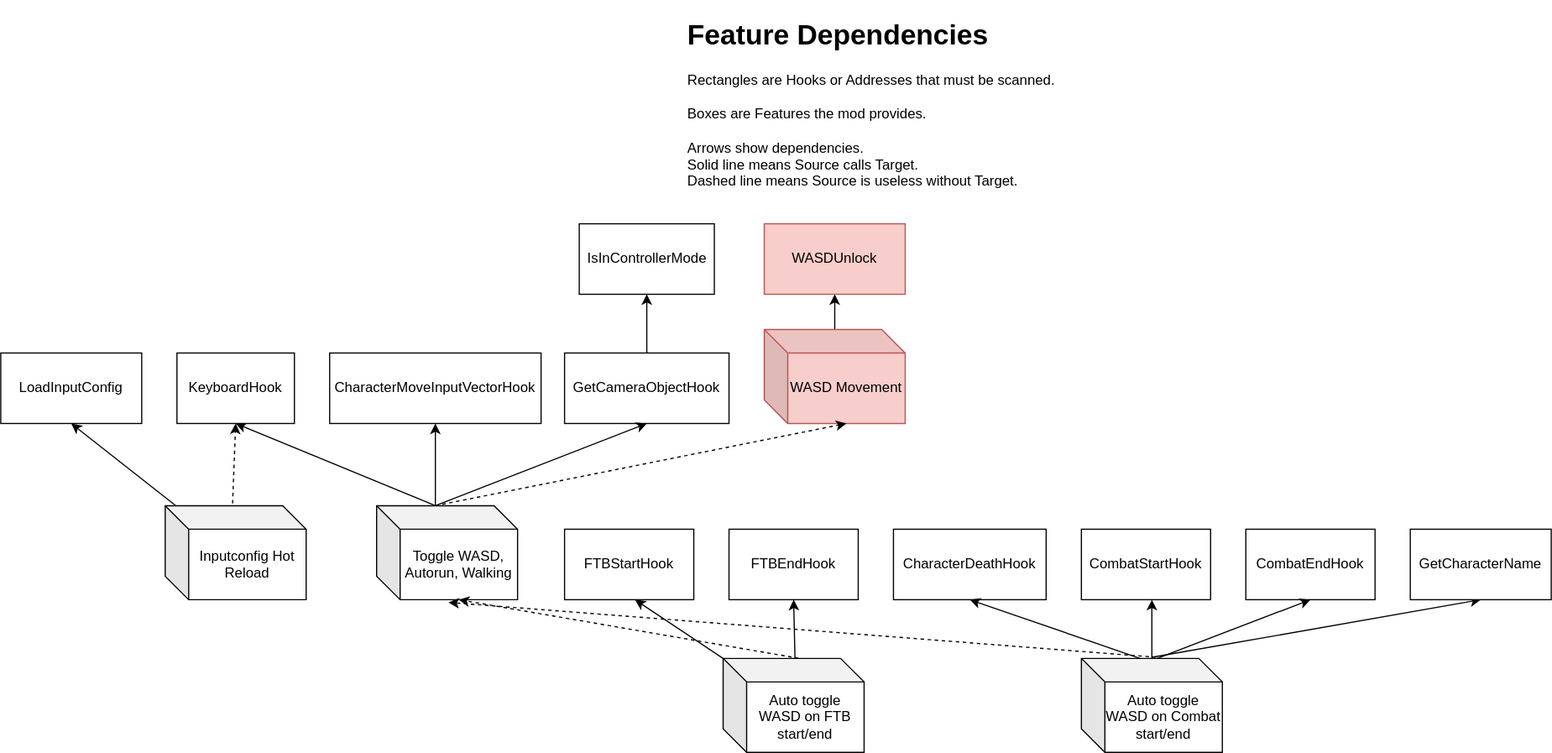
Above: doc/feature_dependencies.drawio.svg in Ch4nKyy/BG3WASD (draw.io), before the change. Source tidied: cells renumbered, new cells last; positions are measured from the earlier drawing's top-left corner, leaving out a move shared by most shapes.
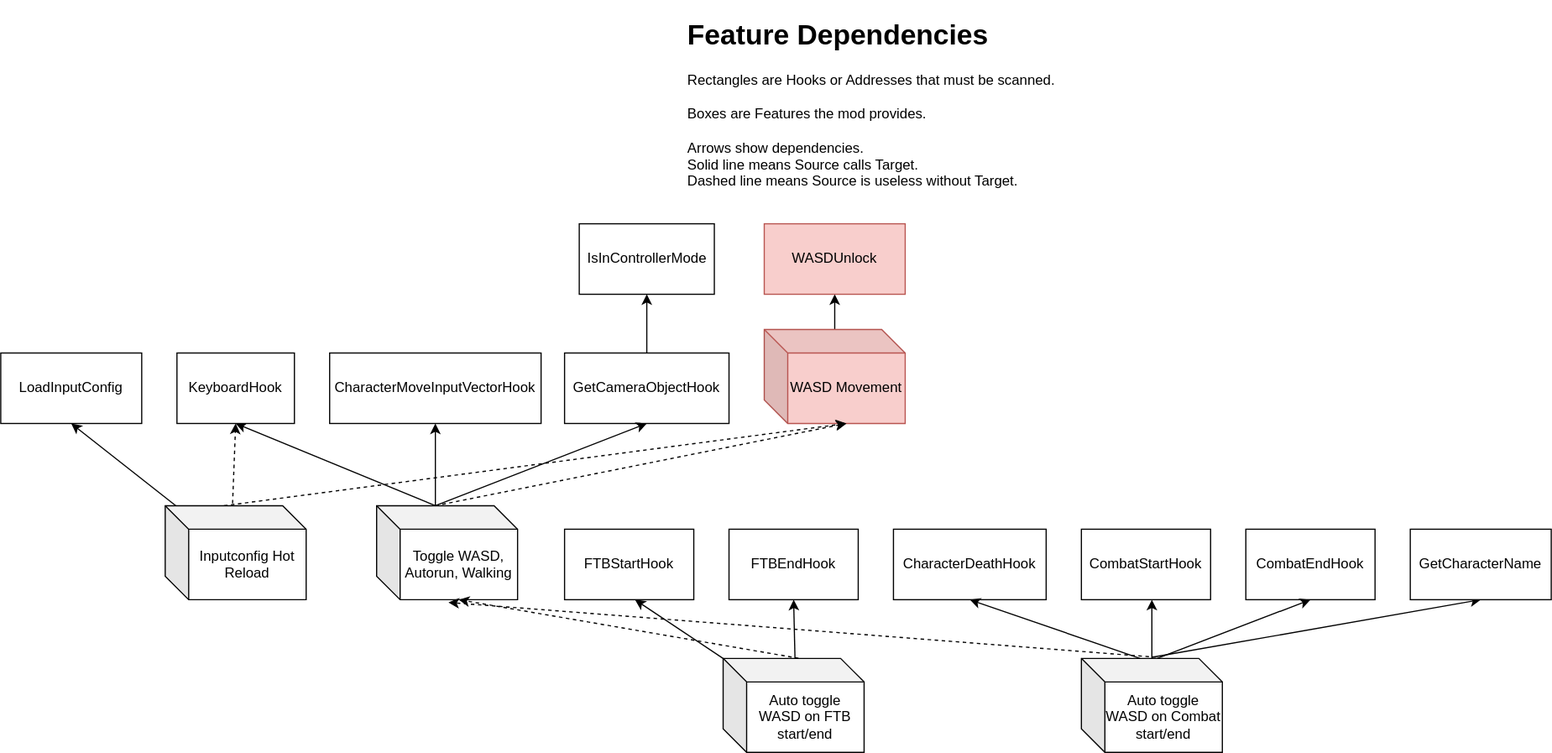
The same file after the commit.

Diff of the diagram source:
```diff
@@ -93,6 +93,14 @@
     <mxCell id="30" style="edgeStyle=none;html=1;entryX=0.5;entryY=1;entryDx=0;entryDy=0;strokeColor=default;fontSize=12;exitX=0.478;exitY=-0.025;exitDx=0;exitDy=0;exitPerimeter=0;dashed=1;" parent="1" edge="1" source="31" target="34">
       <mxGeometry relative="1" as="geometry" />
     </mxCell>
+    <mxCell id="36" style="edgeStyle=none;html=1;entryX=0;entryY=0;entryDx=70;entryDy=80;entryPerimeter=0;exitX=0.483;exitY=-0.012;exitDx=0;exitDy=0;exitPerimeter=0;strokeColor=none;dashed=1;" parent="1" edge="1" source="31" target="3">
+      <mxGeometry relative="1" as="geometry" />
+    </mxCell>
+    <mxCell id="37" style="edgeStyle=none;html=1;dashed=1;exitX=0;exitY=0;exitDx=50;exitDy=0;exitPerimeter=0;" parent="1" edge="1" source="31">
+      <mxGeometry relative="1" as="geometry">
+        <mxPoint x="720" y="350" as="targetPoint" />
+      </mxGeometry>
+    </mxCell>
     <mxCell id="31" value="Inputconfig Hot Reload" style="shape=cube;whiteSpace=wrap;html=1;boundedLbl=1;backgroundOutline=1;darkOpacity=0.05;darkOpacity2=0.1;" parent="1" vertex="1">
       <mxGeometry x="140" y="420" width="120" height="80" as="geometry" />
     </mxCell>
```
